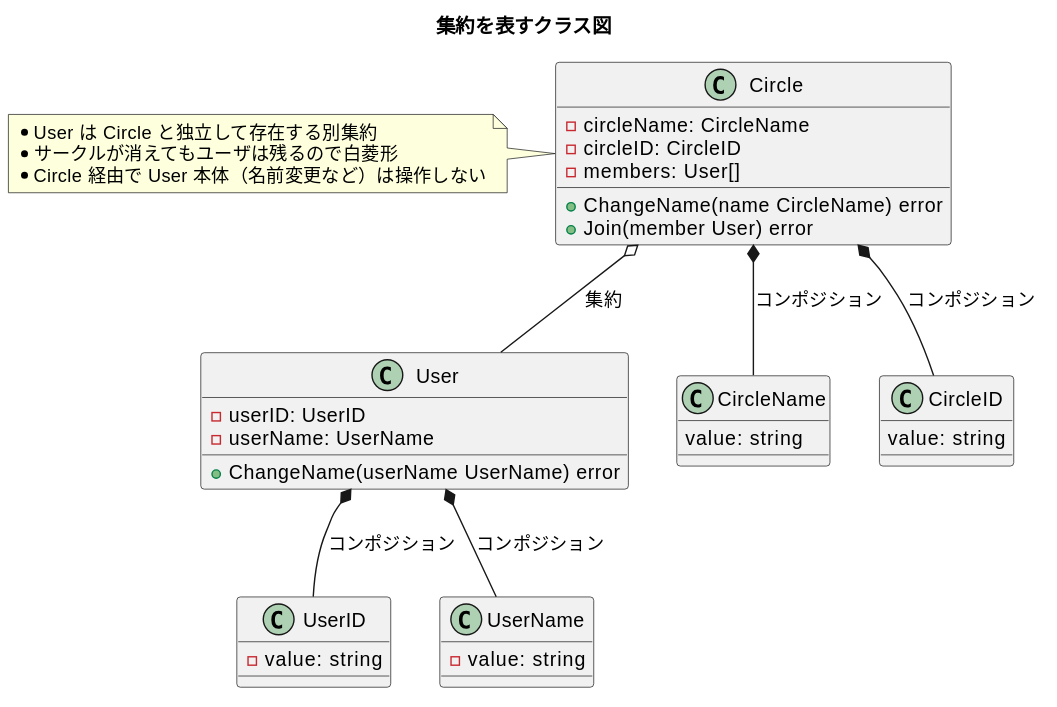
Before: diagrams/ch12-aggregate-circle.svg, a diagram exported from PlantUML (Yuki-TU/ddd).
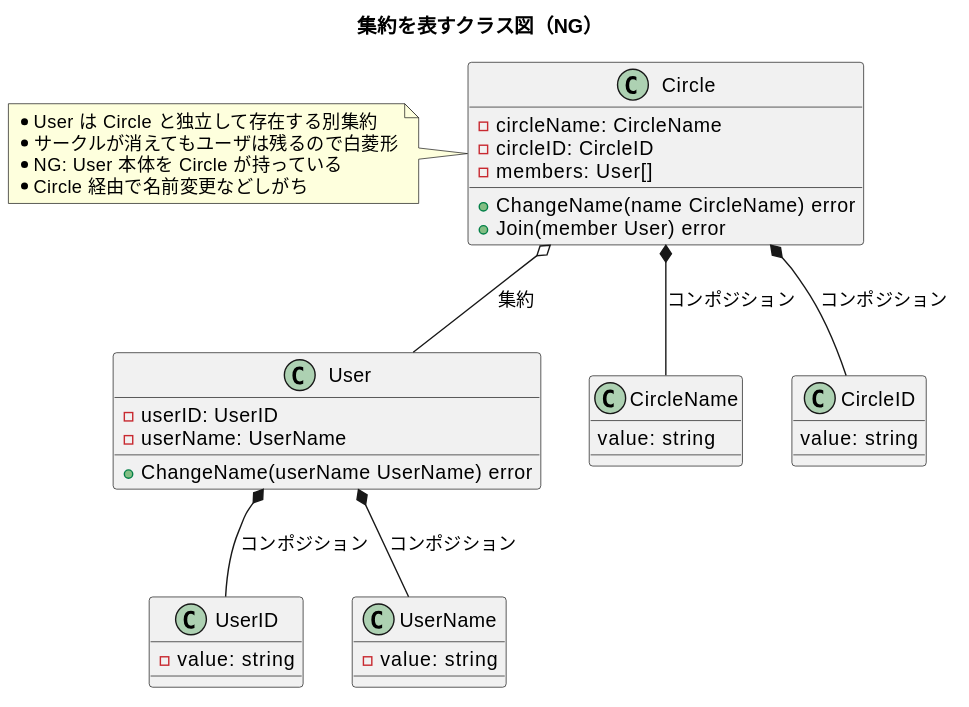
After the change.

Commit message:
12章の Circle 図を NG / OK に分け、コードも circleID と circleName を持つ形に揃える。

The edit, as a diff of the source:
```diff
@@ -1,5 +1,5 @@
 @startuml
-title 集約を表すクラス図
+title 集約を表すクラス図（NG）
 
 class User {
   - userID: UserID
@@ -14,6 +14,7 @@
 class UserName {
   - value: string
 }
+
 class Circle {
   - circleName: CircleName
   - circleID: CircleID
@@ -25,7 +26,8 @@
 note left
 * User は Circle と独立して存在する別集約
 * サークルが消えてもユーザは残るので白菱形
-* Circle 経由で User 本体（名前変更など）は操作しない
+* NG: User 本体を Circle が持っている
+* Circle 経由で名前変更などしがち
 endnote
 
 class CircleName {
```
